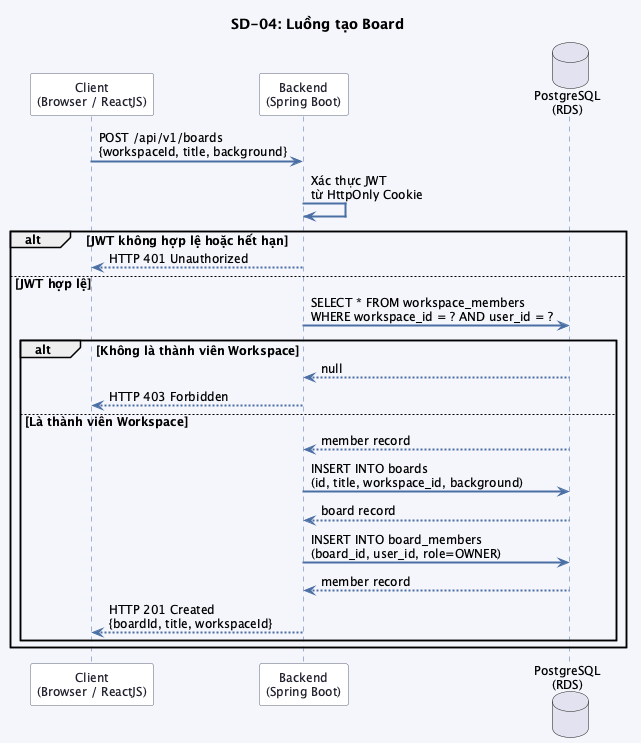
Above: src/images/chap3/sequence_sd04.png in trongnhan34vn/trello-report (PlantUML), before the change.
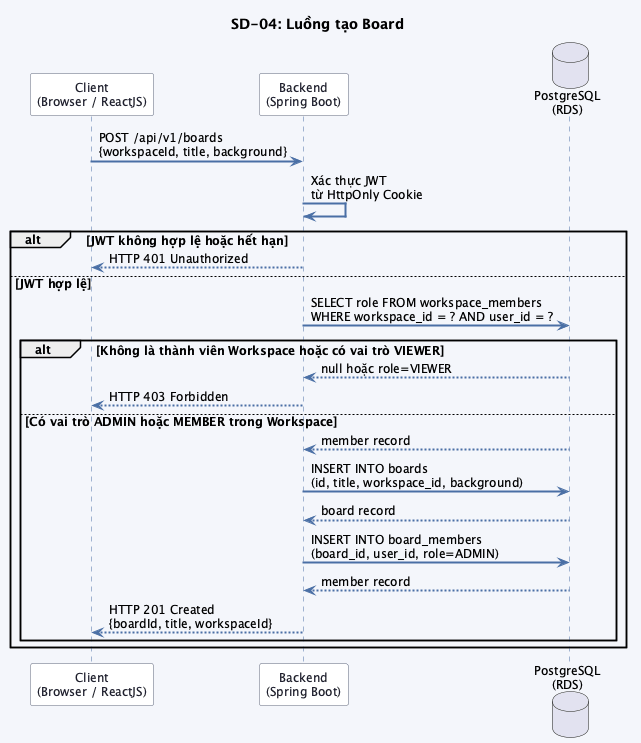
Above is the later version.

Change to the diagram source:
```diff
@@ -27,18 +27,18 @@
 alt JWT không hợp lệ hoặc hết hạn
     BACKEND --> CLIENT : HTTP 401 Unauthorized
 else JWT hợp lệ
-    BACKEND -> DB : SELECT * FROM workspace_members\nWHERE workspace_id = ? AND user_id = ?
+    BACKEND -> DB : SELECT role FROM workspace_members\nWHERE workspace_id = ? AND user_id = ?
 
-    alt Không là thành viên Workspace
-        DB --> BACKEND : null
+    alt Không là thành viên Workspace hoặc có vai trò VIEWER
+        DB --> BACKEND : null hoặc role=VIEWER
         BACKEND --> CLIENT : HTTP 403 Forbidden
-    else Là thành viên Workspace
+    else Có vai trò ADMIN hoặc MEMBER trong Workspace
         DB --> BACKEND : member record
 
         BACKEND -> DB : INSERT INTO boards\n(id, title, workspace_id, background)
         DB --> BACKEND : board record
 
-        BACKEND -> DB : INSERT INTO board_members\n(board_id, user_id, role=OWNER)
+        BACKEND -> DB : INSERT INTO board_members\n(board_id, user_id, role=ADMIN)
         DB --> BACKEND : member record
 
         BACKEND --> CLIENT : HTTP 201 Created\n{boardId, title, workspaceId}
```
